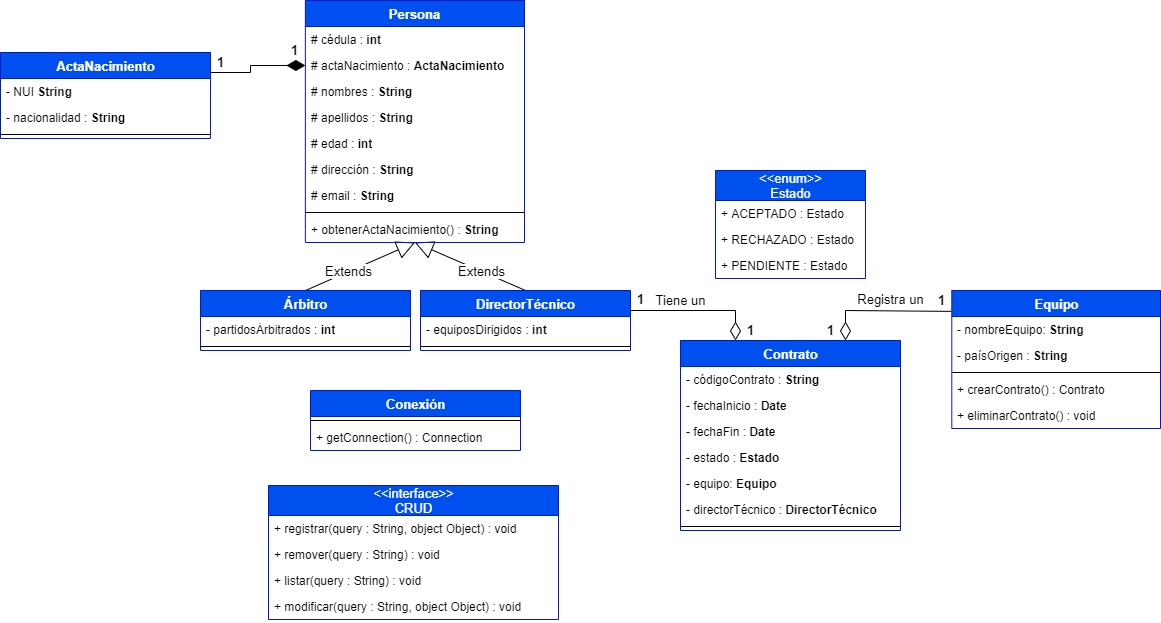
The draw.io diagram Diagrama de Clases/Diagramas.png in Rystron2007/Construccion, before a commit. Source tidied: cells renumbered, new cells last; positions are measured from the earlier drawing's top-left corner, leaving out a move shared by most shapes.
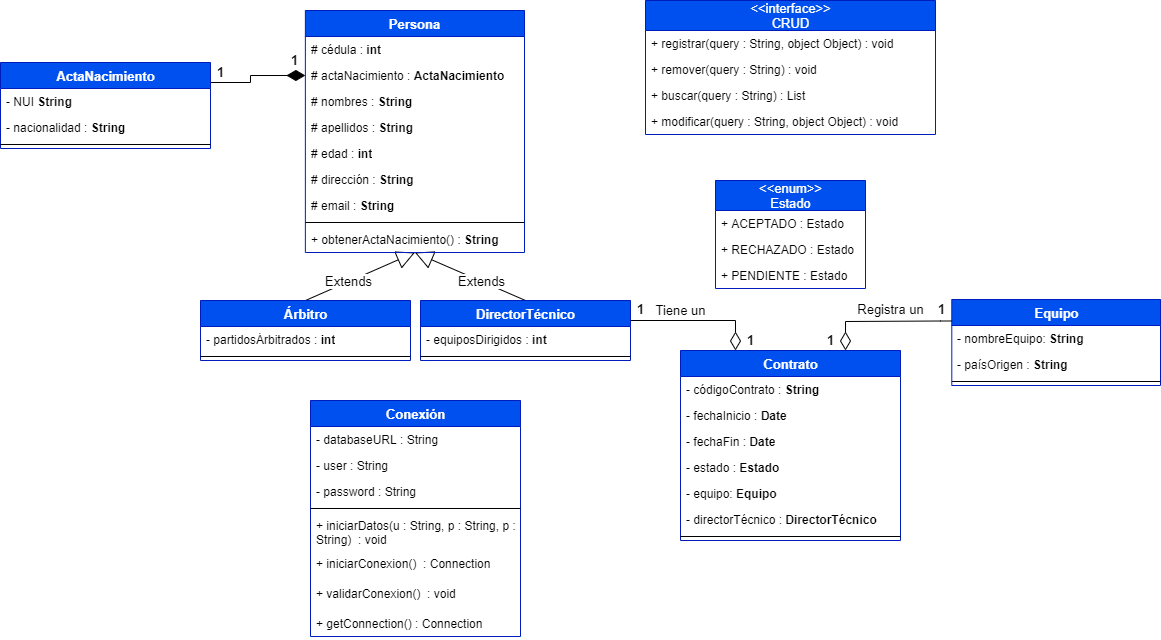
After the commit.

What changed in the source:
```diff
@@ -74,10 +74,10 @@
       <mxGeometry y="40" width="20" height="20" as="geometry" />
     </mxCell>
     <mxCell id="23" style="group;" parent="1" vertex="1">
-      <mxGeometry x="920" y="290" width="240" height="112" as="geometry" />
+      <mxGeometry x="920" y="289" width="240" height="112" as="geometry" />
     </mxCell>
     <mxCell id="24" value="Equipo" style="swimlane;fontStyle=1;align=center;verticalAlign=top;horizontal=1;startSize=26;fontSize=13;fillColor=#0050ef;strokeColor=#001DBC;fontColor=#ffffff;html=1;" parent="23" vertex="1">
-      <mxGeometry x="31.3" width="208.7" height="138" as="geometry" />
+      <mxGeometry x="31.3" width="208.7" height="86" as="geometry" />
     </mxCell>
     <mxCell id="25" value="- nombreEquipo: &lt;b&gt;String&lt;/b&gt;" style="text;strokeColor=none;fillColor=none;align=left;verticalAlign=top;spacingLeft=4;spacingRight=4;overflow=hidden;html=1;" parent="24" vertex="1">
       <mxGeometry y="26" width="208.7" height="26" as="geometry" />
@@ -88,12 +88,6 @@
     <mxCell id="27" style="line;strokeWidth=1;fillColor=none;align=left;verticalAlign=middle;spacingTop=-1;spacingLeft=3;spacingRight=3;labelPosition=right;" parent="24" vertex="1">
       <mxGeometry y="78" width="208.7" height="8" as="geometry" />
     </mxCell>
-    <mxCell id="28" value="+ crearContrato() : Contrato" style="text;strokeColor=none;fillColor=none;align=left;verticalAlign=top;spacingLeft=4;spacingRight=4;overflow=hidden;html=1;" parent="24" vertex="1">
-      <mxGeometry y="86" width="208.7" height="26" as="geometry" />
-    </mxCell>
-    <mxCell id="29" value="+ eliminarContrato() : void" style="text;strokeColor=none;fillColor=none;align=left;verticalAlign=top;spacingLeft=4;spacingRight=4;overflow=hidden;html=1;" parent="24" vertex="1">
-      <mxGeometry y="112" width="208.7" height="26" as="geometry" />
-    </mxCell>
     <mxCell id="30" value="1" style="text;html=1;align=center;verticalAlign=middle;fontSize=13;fontStyle=1;" parent="23" vertex="1">
       <mxGeometry x="11.3" width="20" height="20" as="geometry" />
     </mxCell>
@@ -174,28 +168,45 @@
     <mxCell id="54" value="Registra un" style="text;html=1;align=center;verticalAlign=middle;fontSize=13;" parent="1" vertex="1">
       <mxGeometry x="850" y="289" width="80" height="20" as="geometry" />
     </mxCell>
-    <mxCell id="55" style="edgeStyle=orthogonalEdgeStyle;rounded=0;jettySize=auto;html=1;exitX=-0.003;exitY=0.151;exitDx=0;exitDy=0;startSize=16;endArrow=diamondThin;endFill=0;endSize=16;fontSize=13;startArrow=none;startFill=0;entryX=0.75;entryY=0;entryDx=0;entryDy=0;exitPerimeter=0;" parent="1" edge="1" source="24" target="42">
+    <mxCell id="55" style="edgeStyle=orthogonalEdgeStyle;rounded=0;jettySize=auto;html=1;exitX=0;exitY=0.25;exitDx=0;exitDy=0;startSize=16;endArrow=diamondThin;endFill=0;endSize=16;fontSize=13;startArrow=none;startFill=0;entryX=0.75;entryY=0;entryDx=0;entryDy=0;" parent="1" edge="1" source="24" target="42">
       <mxGeometry relative="1" as="geometry">
         <Array as="points">
+          <mxPoint x="951" y="310" />
+          <mxPoint x="940" y="310" />
           <mxPoint x="940" y="311" />
-          <mxPoint x="845" y="310" />
+          <mxPoint x="845" y="311" />
         </Array>
       </mxGeometry>
     </mxCell>
-    <mxCell id="56" style="group;" parent="1" vertex="1">
-      <mxGeometry x="310" y="390" width="230" height="86" as="geometry" />
-    </mxCell>
-    <mxCell id="57" value="Conexión" style="swimlane;fontStyle=1;align=center;verticalAlign=top;horizontal=1;startSize=26;fontSize=13;fillColor=#0050ef;strokeColor=#001DBC;fontColor=#ffffff;html=1;" parent="56" vertex="1">
-      <mxGeometry width="210" height="60" as="geometry" />
+    <mxCell id="57" value="Conexión" style="swimlane;fontStyle=1;align=center;verticalAlign=top;horizontal=1;startSize=26;fontSize=13;fillColor=#0050ef;strokeColor=#001DBC;fontColor=#ffffff;html=1;" parent="1" vertex="1">
+      <mxGeometry x="310" y="390" width="210" height="236" as="geometry" />
     </mxCell>
+    <mxCell id="65" value="- databaseURL : String" style="text;strokeColor=none;fillColor=none;align=left;verticalAlign=top;spacingLeft=4;spacingRight=4;overflow=hidden;html=1;" parent="57" vertex="1">
+      <mxGeometry y="26" width="210" height="26" as="geometry" />
+    </mxCell>
+    <mxCell id="66" value="- user : String" style="text;strokeColor=none;fillColor=none;align=left;verticalAlign=top;spacingLeft=4;spacingRight=4;overflow=hidden;html=1;" parent="57" vertex="1">
+      <mxGeometry y="52" width="210" height="26" as="geometry" />
+    </mxCell>
+    <mxCell id="67" value="- password : String" style="text;strokeColor=none;fillColor=none;align=left;verticalAlign=top;spacingLeft=4;spacingRight=4;overflow=hidden;html=1;" parent="57" vertex="1">
+      <mxGeometry y="78" width="210" height="26" as="geometry" />
+    </mxCell>
     <mxCell id="58" style="line;strokeWidth=1;fillColor=none;align=left;verticalAlign=middle;spacingTop=-1;spacingLeft=3;spacingRight=3;labelPosition=right;" parent="57" vertex="1">
-      <mxGeometry y="26" width="210" height="8" as="geometry" />
+      <mxGeometry y="104" width="210" height="8" as="geometry" />
     </mxCell>
+    <mxCell id="68" value="+ iniciarDatos(u : String, p : String, p : String)&amp;nbsp; : void" style="text;strokeColor=none;fillColor=none;align=left;verticalAlign=top;spacingLeft=4;spacingRight=4;overflow=hidden;html=1;whiteSpace=wrap;" parent="57" vertex="1">
+      <mxGeometry y="112" width="210" height="38" as="geometry" />
+    </mxCell>
+    <mxCell id="69" value="+ iniciarConexion()&amp;nbsp; : Connection" style="text;strokeColor=none;fillColor=none;align=left;verticalAlign=top;spacingLeft=4;spacingRight=4;overflow=hidden;html=1;whiteSpace=wrap;" parent="57" vertex="1">
+      <mxGeometry y="150" width="210" height="30" as="geometry" />
+    </mxCell>
+    <mxCell id="70" value="+ validarConexion()&amp;nbsp; : void" style="text;strokeColor=none;fillColor=none;align=left;verticalAlign=top;spacingLeft=4;spacingRight=4;overflow=hidden;html=1;whiteSpace=wrap;" parent="57" vertex="1">
+      <mxGeometry y="180" width="210" height="30" as="geometry" />
+    </mxCell>
     <mxCell id="59" value="+ getConnection() : Connection" style="text;strokeColor=none;fillColor=none;align=left;verticalAlign=top;spacingLeft=4;spacingRight=4;overflow=hidden;html=1;" parent="57" vertex="1">
-      <mxGeometry y="34" width="210" height="26" as="geometry" />
+      <mxGeometry y="210" width="210" height="26" as="geometry" />
     </mxCell>
     <mxCell id="60" value="&amp;lt;&amp;lt;interface&amp;gt;&amp;gt;&lt;br&gt;CRUD" style="swimlane;fontStyle=0;horizontal=1;startSize=30;fillColor=#0050ef;fontSize=13;html=1;strokeColor=#001DBC;fontColor=#ffffff;" parent="1" vertex="1">
-      <mxGeometry x="268" y="485" width="290" height="134" as="geometry" />
+      <mxGeometry x="645" y="-10" width="290" height="134" as="geometry" />
     </mxCell>
     <mxCell id="61" value="+ registrar(query : String, object Object) : void" style="text;strokeColor=none;fillColor=none;align=left;verticalAlign=top;spacingLeft=4;spacingRight=4;overflow=hidden;" parent="60" vertex="1">
       <mxGeometry y="30" width="290" height="26" as="geometry" />
@@ -203,7 +214,7 @@
     <mxCell id="62" value="+ remover(query : String) : void" style="text;strokeColor=none;fillColor=none;align=left;verticalAlign=top;spacingLeft=4;spacingRight=4;overflow=hidden;" parent="60" vertex="1">
       <mxGeometry y="56" width="290" height="26" as="geometry" />
     </mxCell>
-    <mxCell id="63" value="+ listar(query : String) : void" style="text;strokeColor=none;fillColor=none;align=left;verticalAlign=top;spacingLeft=4;spacingRight=4;overflow=hidden;" parent="60" vertex="1">
+    <mxCell id="63" value="+ buscar(query : String) : List" style="text;strokeColor=none;fillColor=none;align=left;verticalAlign=top;spacingLeft=4;spacingRight=4;overflow=hidden;" parent="60" vertex="1">
       <mxGeometry y="82" width="290" height="26" as="geometry" />
     </mxCell>
     <mxCell id="64" value="+ modificar(query : String, object Object) : void" style="text;strokeColor=none;fillColor=none;align=left;verticalAlign=top;spacingLeft=4;spacingRight=4;overflow=hidden;" parent="60" vertex="1">
```
